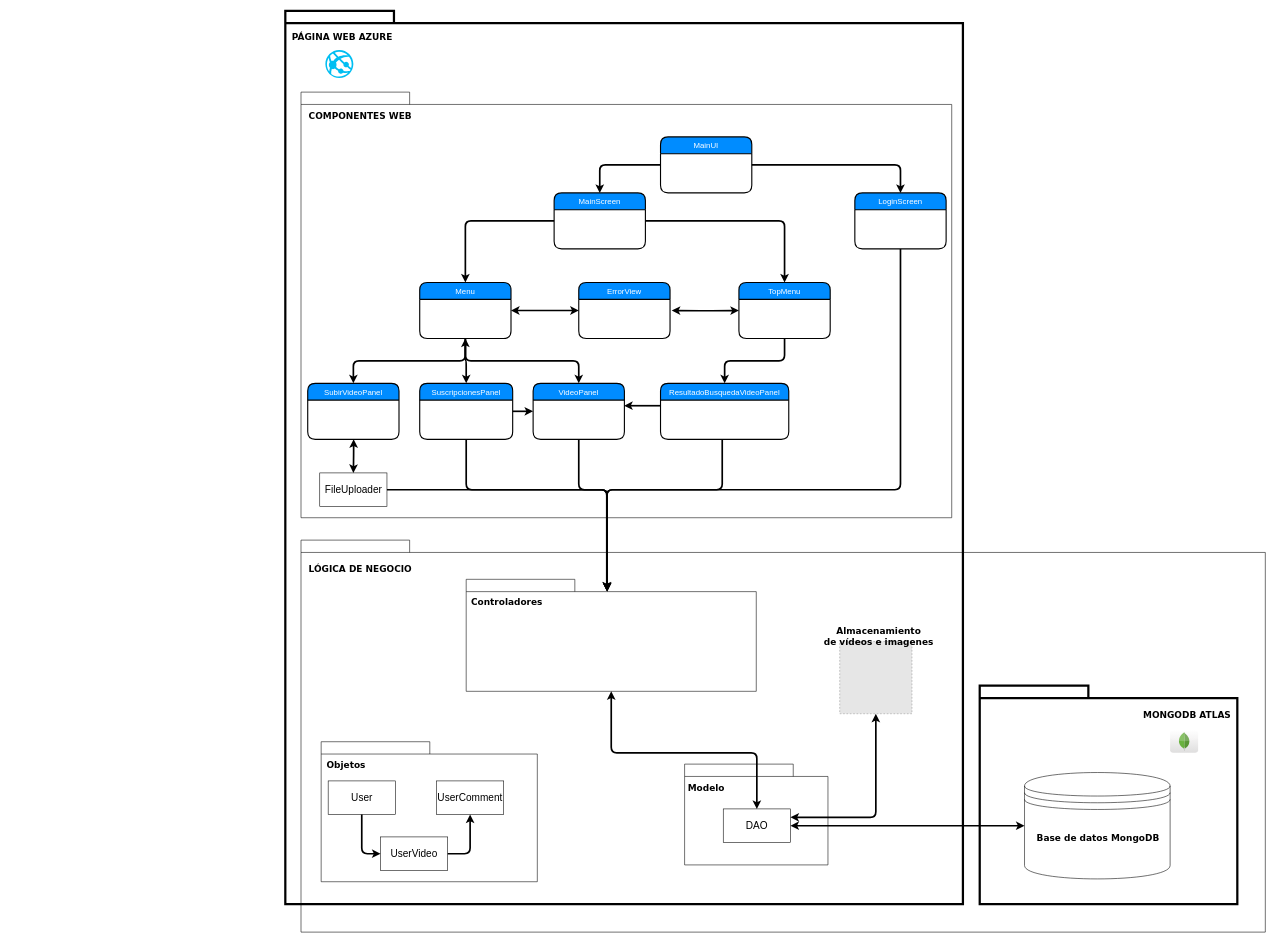
Earlier version of the draw.io diagram Proyecto/Documentacion/Diagrama Interaccion.drawio (Victor-martinelli/TADEPD). Source tidied: cells renumbered, new cells numbered last; positions are measured from the earlier drawing's top-left corner, leaving out a move shared by most shapes. Both pictures are drawn from the tidied source at 56%, with x=0, y=0 at pixel (285, 11). Pictures stored in the file or linked from it are replaced by grey dashed boxes.
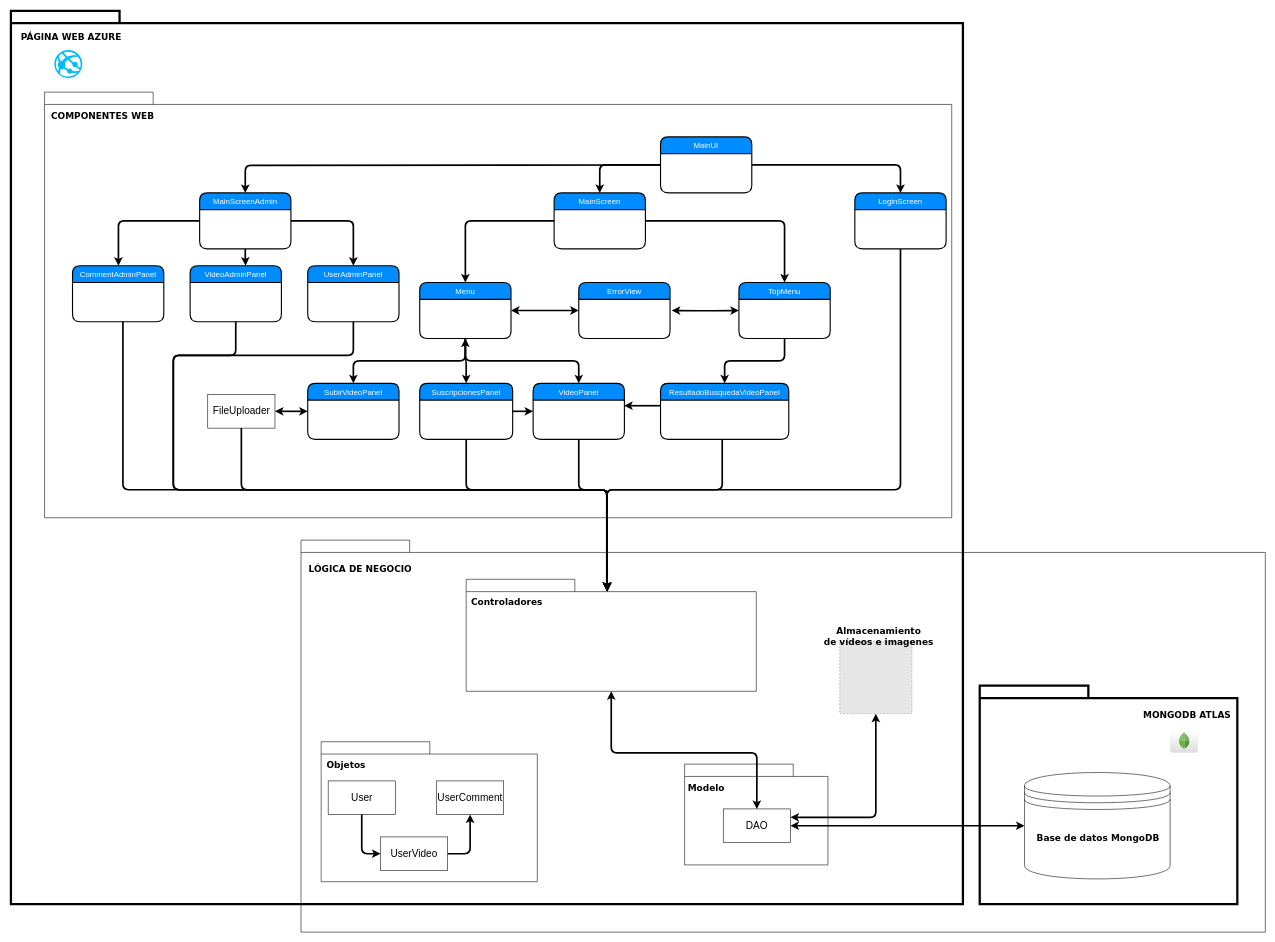
The same page after the edit.

The change refers to these unchanged cells:
```xml
<mxCell id="12" value="SubirVideoPanel" style="swimlane;horizontal=1;startSize=30;fillColor=#008cff;fontColor=#FFFFFF;rounded=1;fontSize=14;fontStyle=0;strokeWidth=2;shadow=0;dashed=0;align=center;" parent="1" vertex="1">
  <mxGeometry x="40" y="665" width="163" height="100" as="geometry" />
</mxCell>
<mxCell id="33" style="shape=folder;fontStyle=1;spacingTop=10;tabWidth=194;tabHeight=22;tabPosition=left;html=1;rounded=0;shadow=0;comic=0;labelBackgroundColor=none;strokeColor=#000000;strokeWidth=1;fillColor=none;fontFamily=Verdana;fontSize=10;fontColor=#000000;align=center;" parent="1" vertex="1">
  <mxGeometry x="323" y="1015" width="518" height="200" as="geometry" />
</mxCell>
```

What changed in the source:
```diff
@@
     <mxCell id="2" style="shape=folder;fontStyle=1;spacingTop=10;tabWidth=194;tabHeight=22;tabPosition=left;html=1;rounded=0;shadow=0;comic=0;labelBackgroundColor=none;strokeColor=#000000;strokeWidth=4;fillColor=none;fontFamily=Verdana;fontSize=10;fontColor=#000000;align=center;" parent="1" vertex="1">
-      <mxGeometry width="1210" height="1595" as="geometry" />
+      <mxGeometry x="-490" width="1700" height="1595" as="geometry" />
     </mxCell>
     <mxCell id="3" value="&lt;span style=&quot;font-size: 16px&quot;&gt;&lt;b&gt;PÁGINA WEB AZURE&lt;/b&gt;&lt;/span&gt;" style="text;html=1;align=left;verticalAlign=top;spacingTop=-4;fontSize=10;fontFamily=Verdana;fontColor=#000000;" parent="1" vertex="1">
-      <mxGeometry x="10" y="35" width="130" height="20" as="geometry" />
+      <mxGeometry x="-474" y="35" width="130" height="20" as="geometry" />
     </mxCell>
     <mxCell id="4" style="verticalLabelPosition=bottom;html=1;verticalAlign=top;align=center;strokeColor=none;fillColor=#00BEF2;shape=mxgraph.azure.azure_website;" parent="1" vertex="1">
-      <mxGeometry x="71.5" y="70" width="50" height="50" as="geometry" />
+      <mxGeometry x="-412.5" y="70" width="50" height="50" as="geometry" />
     </mxCell>
     <mxCell id="5" style="shape=folder;fontStyle=1;spacingTop=10;tabWidth=194;tabHeight=22;tabPosition=left;html=1;rounded=0;shadow=0;comic=0;labelBackgroundColor=none;strokeColor=#000000;strokeWidth=1;fillColor=none;fontFamily=Verdana;fontSize=10;fontColor=#000000;align=center;" parent="1" vertex="1">
-      <mxGeometry x="28" y="145" width="1162" height="760" as="geometry" />
+      <mxGeometry x="-430" y="145" width="1620" height="760" as="geometry" />
     </mxCell>
@@
     <mxCell id="17" value="&lt;font style=&quot;font-size: 18px&quot;&gt;FileUploader&lt;/font&gt;" style="rounded=0;whiteSpace=wrap;html=1;" parent="1" vertex="1">
-      <mxGeometry x="61.5" y="825" width="120" height="60" as="geometry" />
+      <mxGeometry x="-138.5" y="685" width="120" height="60" as="geometry" />
     </mxCell>
@@
-    <mxCell id="29" style="edgeStyle=orthogonalEdgeStyle;jettySize=auto;html=1;rounded=1;strokeWidth=3;entryX=0.5;entryY=0;entryDx=0;entryDy=0;startArrow=classic;startFill=1;" parent="1" edge="1" target="17">
+    <mxCell id="29" style="edgeStyle=orthogonalEdgeStyle;jettySize=auto;html=1;rounded=1;strokeWidth=3;entryX=1;entryY=0.5;entryDx=0;entryDy=0;startArrow=classic;startFill=1;exitX=0;exitY=0.5;exitDx=0;exitDy=0;" parent="1" edge="1" source="12" target="17">
       <mxGeometry relative="1" as="geometry">
-        <mxPoint x="122" y="765" as="sourcePoint" />
         <Array as="points">
-          <mxPoint x="122" y="795" />
-          <mxPoint x="121" y="635" />
+          <mxPoint x="40" y="715" />
+          <mxPoint x="40" y="715" />
         </Array>
       </mxGeometry>
     </mxCell>
     <mxCell id="30" value="&lt;b style=&quot;font-size: 16px&quot;&gt;COMPONENTES WEB&lt;/b&gt;" style="text;html=1;align=left;verticalAlign=top;spacingTop=-4;fontSize=10;fontFamily=Verdana;fontColor=#000000;" parent="1" vertex="1">
-      <mxGeometry x="40" y="175" width="130" height="20" as="geometry" />
+      <mxGeometry x="-420" y="175" width="130" height="20" as="geometry" />
     </mxCell>
@@
-    <mxCell id="52" style="edgeStyle=orthogonalEdgeStyle;jettySize=auto;html=1;rounded=1;strokeWidth=3;exitX=1;exitY=0.5;exitDx=0;exitDy=0;entryX=0.486;entryY=0.109;entryDx=0;entryDy=0;entryPerimeter=0;" parent="1" edge="1" source="17" target="33">
+    <mxCell id="52" style="edgeStyle=orthogonalEdgeStyle;jettySize=auto;html=1;rounded=1;strokeWidth=3;exitX=0.5;exitY=1;exitDx=0;exitDy=0;entryX=0.486;entryY=0.109;entryDx=0;entryDy=0;entryPerimeter=0;" parent="1" edge="1" source="17" target="33">
       <mxGeometry relative="1" as="geometry">
         <Array as="points">
-          <mxPoint x="574" y="855" />
+          <mxPoint x="-79" y="855" />
+          <mxPoint x="575" y="855" />
         </Array>
       </mxGeometry>
     </mxCell>
@@
+    <mxCell id="60" value="MainScreenAdmin" style="swimlane;horizontal=1;startSize=30;fillColor=#008cff;fontColor=#FFFFFF;rounded=1;fontSize=14;fontStyle=0;strokeWidth=2;shadow=0;dashed=0;align=center;" parent="1" vertex="1">
+      <mxGeometry x="-153" y="325" width="163" height="100" as="geometry" />
+    </mxCell>
+    <mxCell id="61" style="edgeStyle=orthogonalEdgeStyle;jettySize=auto;html=1;exitX=0;exitY=0.5;exitDx=0;exitDy=0;rounded=1;strokeWidth=3;entryX=0.5;entryY=0;entryDx=0;entryDy=0;" parent="1" edge="1" target="60">
+      <mxGeometry relative="1" as="geometry">
+        <mxPoint x="669.8" y="275.2" as="sourcePoint" />
+      </mxGeometry>
+    </mxCell>
+    <mxCell id="62" value="CommentAdminPanel" style="swimlane;horizontal=1;startSize=30;fillColor=#008cff;fontColor=#FFFFFF;rounded=1;fontSize=14;fontStyle=0;strokeWidth=2;shadow=0;dashed=0;align=center;" parent="1" vertex="1">
+      <mxGeometry x="-380" y="455" width="163" height="100" as="geometry" />
+    </mxCell>
+    <mxCell id="63" value="VideoAdminPanel" style="swimlane;horizontal=1;startSize=30;fillColor=#008cff;fontColor=#FFFFFF;rounded=1;fontSize=14;fontStyle=0;strokeWidth=2;shadow=0;dashed=0;align=center;" parent="1" vertex="1">
+      <mxGeometry x="-170" y="455" width="163" height="100" as="geometry" />
+    </mxCell>
+    <mxCell id="64" value="UserAdminPanel" style="swimlane;horizontal=1;startSize=30;fillColor=#008cff;fontColor=#FFFFFF;rounded=1;fontSize=14;fontStyle=0;strokeWidth=2;shadow=0;dashed=0;align=center;" parent="1" vertex="1">
+      <mxGeometry x="40" y="455" width="163" height="100" as="geometry" />
+    </mxCell>
+    <mxCell id="65" style="edgeStyle=orthogonalEdgeStyle;jettySize=auto;html=1;rounded=1;strokeWidth=3;exitX=0;exitY=0.5;exitDx=0;exitDy=0;" parent="1" edge="1" source="60">
+      <mxGeometry relative="1" as="geometry">
+        <mxPoint x="-298" y="455" as="targetPoint" />
+        <Array as="points">
+          <mxPoint x="-298" y="375" />
+        </Array>
+      </mxGeometry>
+    </mxCell>
+    <mxCell id="66" style="edgeStyle=orthogonalEdgeStyle;jettySize=auto;html=1;rounded=1;strokeWidth=3;exitX=0.5;exitY=1;exitDx=0;exitDy=0;" parent="1" edge="1" source="60">
+      <mxGeometry relative="1" as="geometry">
+        <mxPoint x="-71" y="455" as="targetPoint" />
+        <Array as="points">
+          <mxPoint x="-71" y="440" />
+        </Array>
+      </mxGeometry>
+    </mxCell>
+    <mxCell id="67" style="edgeStyle=orthogonalEdgeStyle;jettySize=auto;html=1;rounded=1;strokeWidth=3;exitX=1;exitY=0.5;exitDx=0;exitDy=0;entryX=0.5;entryY=0;entryDx=0;entryDy=0;" parent="1" edge="1" source="60" target="64">
+      <mxGeometry relative="1" as="geometry">
+        <Array as="points">
+          <mxPoint x="121" y="375" />
+        </Array>
+      </mxGeometry>
+    </mxCell>
+    <mxCell id="68" style="edgeStyle=orthogonalEdgeStyle;jettySize=auto;html=1;rounded=1;strokeWidth=3;entryX=0.486;entryY=0.105;entryDx=0;entryDy=0;entryPerimeter=0;" parent="1" edge="1" target="33">
+      <mxGeometry relative="1" as="geometry">
+        <mxPoint x="-290" y="555" as="sourcePoint" />
+        <Array as="points">
+          <mxPoint x="-290" y="855" />
+          <mxPoint x="575" y="855" />
+        </Array>
+      </mxGeometry>
+    </mxCell>
+    <mxCell id="69" style="edgeStyle=orthogonalEdgeStyle;jettySize=auto;html=1;rounded=1;strokeWidth=3;entryX=0.485;entryY=0.102;entryDx=0;entryDy=0;entryPerimeter=0;exitX=0.5;exitY=1;exitDx=0;exitDy=0;" parent="1" edge="1" source="63" target="33">
+      <mxGeometry relative="1" as="geometry">
+        <Array as="points">
+          <mxPoint x="-88" y="615" />
+          <mxPoint x="-200" y="615" />
+          <mxPoint x="-200" y="855" />
+          <mxPoint x="574" y="855" />
+        </Array>
+      </mxGeometry>
+    </mxCell>
+    <mxCell id="70" style="edgeStyle=orthogonalEdgeStyle;jettySize=auto;html=1;rounded=1;strokeWidth=3;entryX=0.486;entryY=0.108;entryDx=0;entryDy=0;entryPerimeter=0;exitX=0.5;exitY=1;exitDx=0;exitDy=0;" parent="1" edge="1" source="64" target="33">
+      <mxGeometry relative="1" as="geometry">
+        <Array as="points">
+          <mxPoint x="122" y="615" />
+          <mxPoint x="-200" y="615" />
+          <mxPoint x="-200" y="855" />
+          <mxPoint x="575" y="855" />
+        </Array>
+      </mxGeometry>
+    </mxCell>
```
